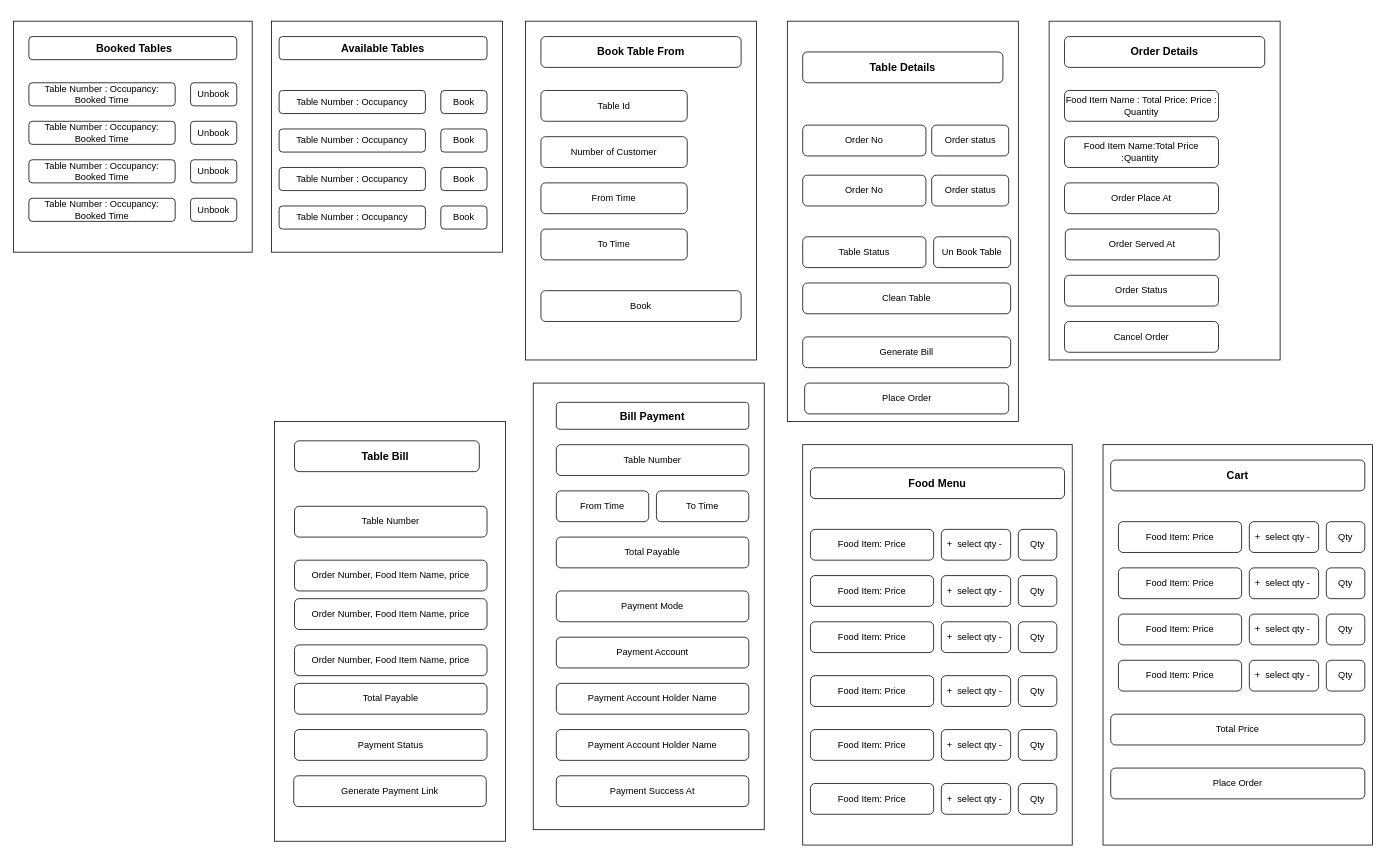
This is rmp_front_end_screens.drawio from Atypical3991/draw.io, a draw.io file, before an edit. Source tidied: cells renumbered, new cells numbered last; positions are measured from the earlier drawing's top-left corner, leaving out a move shared by most shapes. Both pictures are drawn from the tidied source at 77%, with x=0, y=0 at pixel (13, 21).
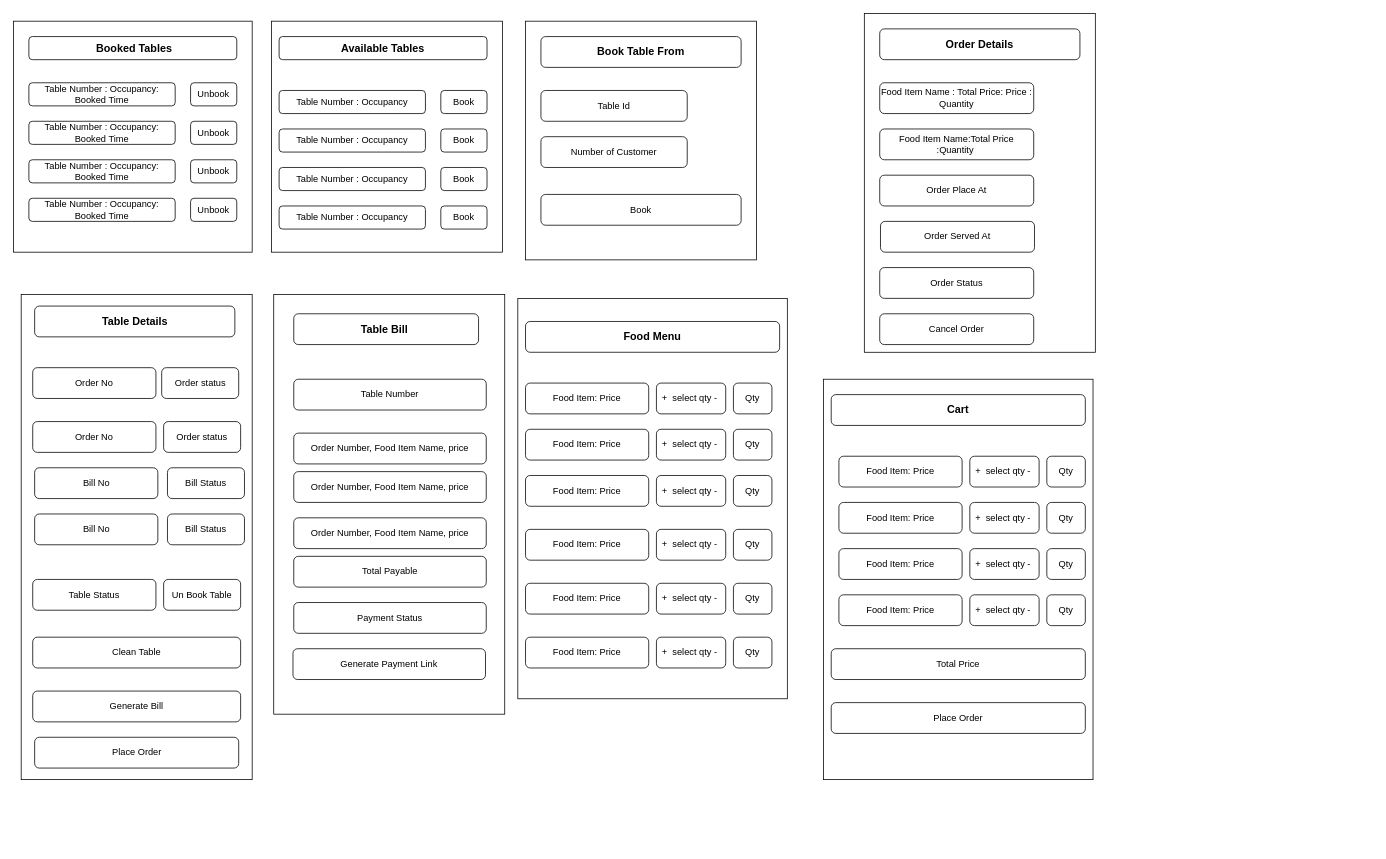
Above is the later version.

What changed in the source:
```diff
@@
     <mxCell id="12" style="rounded=0;whiteSpace=wrap;html=1;direction=south;" parent="1" vertex="1">
-      <mxGeometry x="665" width="300" height="440" as="geometry" />
+      <mxGeometry x="665" width="300" height="310" as="geometry" />
     </mxCell>
@@
-    <mxCell id="16" value="From Time" style="rounded=1;whiteSpace=wrap;html=1;" parent="1" vertex="1">
-      <mxGeometry x="685" y="210" width="190" height="40" as="geometry" />
-    </mxCell>
-    <mxCell id="17" value="To Time" style="rounded=1;whiteSpace=wrap;html=1;" parent="1" vertex="1">
-      <mxGeometry x="685" y="270" width="190" height="40" as="geometry" />
-    </mxCell>
     <mxCell id="18" value="Book" style="rounded=1;whiteSpace=wrap;html=1;" parent="1" vertex="1">
-      <mxGeometry x="685" y="350" width="260" height="40" as="geometry" />
+      <mxGeometry x="685" y="225" width="260" height="40" as="geometry" />
     </mxCell>
     <mxCell id="19" style="rounded=0;whiteSpace=wrap;html=1;direction=south;" parent="1" vertex="1">
-      <mxGeometry x="1005" width="300" height="520" as="geometry" />
+      <mxGeometry x="10" y="355" width="300" height="630" as="geometry" />
     </mxCell>
     <mxCell id="20" value="&lt;font style=&quot;font-size: 14px;&quot;&gt;&lt;b&gt;Table Details&lt;/b&gt;&lt;/font&gt;" style="rounded=1;whiteSpace=wrap;html=1;" parent="1" vertex="1">
-      <mxGeometry x="1025" y="40" width="260" height="40" as="geometry" />
+      <mxGeometry x="27.5" y="370" width="260" height="40" as="geometry" />
     </mxCell>
     <mxCell id="21" value="Order No" style="rounded=1;whiteSpace=wrap;html=1;" parent="1" vertex="1">
-      <mxGeometry x="1025" y="135" width="160" height="40" as="geometry" />
+      <mxGeometry x="25" y="450" width="160" height="40" as="geometry" />
     </mxCell>
     <mxCell id="22" value="Order status" style="rounded=1;whiteSpace=wrap;html=1;" parent="1" vertex="1">
-      <mxGeometry x="1192.5" y="135" width="100" height="40" as="geometry" />
+      <mxGeometry x="192.5" y="450" width="100" height="40" as="geometry" />
     </mxCell>
     <mxCell id="23" value="Order No" style="rounded=1;whiteSpace=wrap;html=1;" parent="1" vertex="1">
-      <mxGeometry x="1025" y="200" width="160" height="40" as="geometry" />
+      <mxGeometry x="25" y="520" width="160" height="40" as="geometry" />
     </mxCell>
     <mxCell id="24" value="Order status" style="rounded=1;whiteSpace=wrap;html=1;" parent="1" vertex="1">
-      <mxGeometry x="1192.5" y="200" width="100" height="40" as="geometry" />
+      <mxGeometry x="195" y="520" width="100" height="40" as="geometry" />
     </mxCell>
     <mxCell id="25" style="rounded=0;whiteSpace=wrap;html=1;direction=south;" parent="1" vertex="1">
-      <mxGeometry x="1345" width="300" height="440" as="geometry" />
+      <mxGeometry x="1105" y="-10" width="300" height="440" as="geometry" />
     </mxCell>
     <mxCell id="26" value="&lt;font style=&quot;font-size: 14px;&quot;&gt;&lt;b&gt;Order Details&lt;/b&gt;&lt;/font&gt;" style="rounded=1;whiteSpace=wrap;html=1;" parent="1" vertex="1">
-      <mxGeometry x="1365" y="20" width="260" height="40" as="geometry" />
+      <mxGeometry x="1125" y="10" width="260" height="40" as="geometry" />
     </mxCell>
     <mxCell id="27" value="Food Item Name : Total Price: Price : Quantity" style="rounded=1;whiteSpace=wrap;html=1;" parent="1" vertex="1">
-      <mxGeometry x="1365" y="90" width="200" height="40" as="geometry" />
+      <mxGeometry x="1125" y="80" width="200" height="40" as="geometry" />
     </mxCell>
     <mxCell id="28" value="&lt;span style=&quot;color: rgb(0, 0, 0); font-family: Helvetica; font-size: 12px; font-style: normal; font-variant-ligatures: normal; font-variant-caps: normal; font-weight: 400; letter-spacing: normal; orphans: 2; text-align: center; text-indent: 0px; text-transform: none; widows: 2; word-spacing: 0px; -webkit-text-stroke-width: 0px; white-space: normal; background-color: rgb(251, 251, 251); text-decoration-thickness: initial; text-decoration-style: initial; text-decoration-color: initial; display: inline !important; float: none;&quot;&gt;Food Item Name:Total Price :Quantity&amp;nbsp;&lt;/span&gt;" style="rounded=1;whiteSpace=wrap;html=1;" parent="1" vertex="1">
-      <mxGeometry x="1365" y="150" width="200" height="40" as="geometry" />
+      <mxGeometry x="1125" y="140" width="200" height="40" as="geometry" />
     </mxCell>
     <mxCell id="29" value="Order Place At" style="rounded=1;whiteSpace=wrap;html=1;" parent="1" vertex="1">
-      <mxGeometry x="1365" y="210" width="200" height="40" as="geometry" />
+      <mxGeometry x="1125" y="200" width="200" height="40" as="geometry" />
     </mxCell>
     <mxCell id="30" value="Order Served At" style="rounded=1;whiteSpace=wrap;html=1;" parent="1" vertex="1">
-      <mxGeometry x="1366" y="270" width="200" height="40" as="geometry" />
+      <mxGeometry x="1126" y="260" width="200" height="40" as="geometry" />
     </mxCell>
     <mxCell id="31" value="Order Status" style="rounded=1;whiteSpace=wrap;html=1;" parent="1" vertex="1">
-      <mxGeometry x="1365" y="330" width="200" height="40" as="geometry" />
+      <mxGeometry x="1125" y="320" width="200" height="40" as="geometry" />
     </mxCell>
     <mxCell id="32" style="rounded=0;whiteSpace=wrap;html=1;direction=south;" parent="1" vertex="1">
-      <mxGeometry x="339" y="520" width="300" height="545" as="geometry" />
+      <mxGeometry x="338" y="355" width="300" height="545" as="geometry" />
     </mxCell>
     <mxCell id="33" value="&lt;font style=&quot;font-size: 14px;&quot;&gt;&lt;b&gt;Table Bill&amp;nbsp;&lt;/b&gt;&lt;/font&gt;" style="rounded=1;whiteSpace=wrap;html=1;" parent="1" vertex="1">
-      <mxGeometry x="365" y="545" width="240" height="40" as="geometry" />
+      <mxGeometry x="364" y="380" width="240" height="40" as="geometry" />
     </mxCell>
     <mxCell id="34" value="Table Number" style="rounded=1;whiteSpace=wrap;html=1;" parent="1" vertex="1">
-      <mxGeometry x="365" y="630" width="250" height="40" as="geometry" />
+      <mxGeometry x="364" y="465" width="250" height="40" as="geometry" />
     </mxCell>
     <mxCell id="35" value="Order Number, Food Item Name, price" style="rounded=1;whiteSpace=wrap;html=1;" parent="1" vertex="1">
-      <mxGeometry x="365" y="700" width="250" height="40" as="geometry" />
+      <mxGeometry x="364" y="535" width="250" height="40" as="geometry" />
     </mxCell>
     <mxCell id="36" value="Order Number, Food Item Name, price" style="rounded=1;whiteSpace=wrap;html=1;" parent="1" vertex="1">
-      <mxGeometry x="365" y="750" width="250" height="40" as="geometry" />
+      <mxGeometry x="364" y="585" width="250" height="40" as="geometry" />
     </mxCell>
     <mxCell id="37" value="Order Number, Food Item Name, price" style="rounded=1;whiteSpace=wrap;html=1;" parent="1" vertex="1">
-      <mxGeometry x="365" y="810" width="250" height="40" as="geometry" />
+      <mxGeometry x="364" y="645" width="250" height="40" as="geometry" />
     </mxCell>
     <mxCell id="38" value="Total Payable" style="rounded=1;whiteSpace=wrap;html=1;" parent="1" vertex="1">
-      <mxGeometry x="365" y="860" width="250" height="40" as="geometry" />
+      <mxGeometry x="364" y="695" width="250" height="40" as="geometry" />
     </mxCell>
     <mxCell id="39" value="Payment Status" style="rounded=1;whiteSpace=wrap;html=1;" parent="1" vertex="1">
-      <mxGeometry x="365" y="920" width="250" height="40" as="geometry" />
+      <mxGeometry x="364" y="755" width="250" height="40" as="geometry" />
     </mxCell>
-    <mxCell id="40" style="rounded=0;whiteSpace=wrap;html=1;direction=south;" parent="1" vertex="1">
-      <mxGeometry x="675" y="470" width="300" height="580" as="geometry" />
-    </mxCell>
-    <mxCell id="41" value="&lt;font style=&quot;font-size: 14px;&quot;&gt;&lt;b&gt;Bill Payment&lt;/b&gt;&lt;/font&gt;" style="rounded=1;whiteSpace=wrap;html=1;" parent="1" vertex="1">
-      <mxGeometry x="705" y="495" width="250" height="35" as="geometry" />
-    </mxCell>
-    <mxCell id="42" value="Table Number" style="rounded=1;whiteSpace=wrap;html=1;" parent="1" vertex="1">
-      <mxGeometry x="705" y="550" width="250" height="40" as="geometry" />
-    </mxCell>
-    <mxCell id="43" value="From Time" style="rounded=1;whiteSpace=wrap;html=1;" parent="1" vertex="1">
-      <mxGeometry x="705" y="610" width="120" height="40" as="geometry" />
-    </mxCell>
-    <mxCell id="44" value="To Time" style="rounded=1;whiteSpace=wrap;html=1;" parent="1" vertex="1">
-      <mxGeometry x="835" y="610" width="120" height="40" as="geometry" />
-    </mxCell>
-    <mxCell id="45" value="Total Payable" style="rounded=1;whiteSpace=wrap;html=1;" parent="1" vertex="1">
-      <mxGeometry x="705" y="670" width="250" height="40" as="geometry" />
-    </mxCell>
-    <mxCell id="46" value="Payment Success At" style="rounded=1;whiteSpace=wrap;html=1;" parent="1" vertex="1">
-      <mxGeometry x="705" y="980" width="250" height="40" as="geometry" />
-    </mxCell>
-    <mxCell id="47" value="Payment Mode" style="rounded=1;whiteSpace=wrap;html=1;" parent="1" vertex="1">
-      <mxGeometry x="705" y="740" width="250" height="40" as="geometry" />
-    </mxCell>
-    <mxCell id="48" value="Payment Account" style="rounded=1;whiteSpace=wrap;html=1;" parent="1" vertex="1">
-      <mxGeometry x="705" y="800" width="250" height="40" as="geometry" />
-    </mxCell>
-    <mxCell id="49" value="Payment Account Holder Name" style="rounded=1;whiteSpace=wrap;html=1;" parent="1" vertex="1">
-      <mxGeometry x="705" y="860" width="250" height="40" as="geometry" />
-    </mxCell>
-    <mxCell id="50" value="Payment Account Holder Name" style="rounded=1;whiteSpace=wrap;html=1;" parent="1" vertex="1">
-      <mxGeometry x="705" y="920" width="250" height="40" as="geometry" />
-    </mxCell>
     <mxCell id="51" style="rounded=0;whiteSpace=wrap;html=1;direction=south;" parent="1" vertex="1">
-      <mxGeometry x="1025" y="550" width="350" height="520" as="geometry" />
+      <mxGeometry x="655" y="360" width="350" height="520" as="geometry" />
     </mxCell>
     <mxCell id="52" value="&lt;font style=&quot;font-size: 14px;&quot;&gt;&lt;b&gt;Food Menu&lt;/b&gt;&lt;/font&gt;" style="rounded=1;whiteSpace=wrap;html=1;" parent="1" vertex="1">
-      <mxGeometry x="1035" y="580" width="330" height="40" as="geometry" />
+      <mxGeometry x="665" y="390" width="330" height="40" as="geometry" />
     </mxCell>
     <mxCell id="53" value="Food Item: Price" style="rounded=1;whiteSpace=wrap;html=1;" parent="1" vertex="1">
-      <mxGeometry x="1035" y="660" width="160" height="40" as="geometry" />
+      <mxGeometry x="665" y="470" width="160" height="40" as="geometry" />
     </mxCell>
     <mxCell id="54" value="Food Item: Price" style="rounded=1;whiteSpace=wrap;html=1;" parent="1" vertex="1">
-      <mxGeometry x="1035" y="720" width="160" height="40" as="geometry" />
+      <mxGeometry x="665" y="530" width="160" height="40" as="geometry" />
     </mxCell>
     <mxCell id="55" value="Food Item: Price" style="rounded=1;whiteSpace=wrap;html=1;" parent="1" vertex="1">
-      <mxGeometry x="1035" y="780" width="160" height="40" as="geometry" />
+      <mxGeometry x="665" y="590" width="160" height="40" as="geometry" />
     </mxCell>
     <mxCell id="56" value="Food Item: Price" style="rounded=1;whiteSpace=wrap;html=1;" parent="1" vertex="1">
-      <mxGeometry x="1035" y="850" width="160" height="40" as="geometry" />
+      <mxGeometry x="665" y="660" width="160" height="40" as="geometry" />
     </mxCell>
     <mxCell id="57" value="Food Item: Price" style="rounded=1;whiteSpace=wrap;html=1;" parent="1" vertex="1">
-      <mxGeometry x="1035" y="920" width="160" height="40" as="geometry" />
+      <mxGeometry x="665" y="730" width="160" height="40" as="geometry" />
     </mxCell>
     <mxCell id="58" value="Food Item: Price" style="rounded=1;whiteSpace=wrap;html=1;" parent="1" vertex="1">
-      <mxGeometry x="1035" y="990" width="160" height="40" as="geometry" />
+      <mxGeometry x="665" y="800" width="160" height="40" as="geometry" />
     </mxCell>
     <mxCell id="59" value="+&amp;nbsp; select qty -&amp;nbsp;" style="rounded=1;whiteSpace=wrap;html=1;" parent="1" vertex="1">
-      <mxGeometry x="1205" y="660" width="90" height="40" as="geometry" />
+      <mxGeometry x="835" y="470" width="90" height="40" as="geometry" />
     </mxCell>
     <mxCell id="60" value="+&amp;nbsp; select qty -&amp;nbsp;" style="rounded=1;whiteSpace=wrap;html=1;" parent="1" vertex="1">
-      <mxGeometry x="1205" y="720" width="90" height="40" as="geometry" />
+      <mxGeometry x="835" y="530" width="90" height="40" as="geometry" />
     </mxCell>
     <mxCell id="61" value="+&amp;nbsp; select qty -&amp;nbsp;" style="rounded=1;whiteSpace=wrap;html=1;" parent="1" vertex="1">
-      <mxGeometry x="1205" y="780" width="90" height="40" as="geometry" />
+      <mxGeometry x="835" y="590" width="90" height="40" as="geometry" />
     </mxCell>
     <mxCell id="62" value="+&amp;nbsp; select qty -&amp;nbsp;" style="rounded=1;whiteSpace=wrap;html=1;" parent="1" vertex="1">
-      <mxGeometry x="1205" y="850" width="90" height="40" as="geometry" />
+      <mxGeometry x="835" y="660" width="90" height="40" as="geometry" />
     </mxCell>
     <mxCell id="63" value="+&amp;nbsp; select qty -&amp;nbsp;" style="rounded=1;whiteSpace=wrap;html=1;" parent="1" vertex="1">
-      <mxGeometry x="1205" y="920" width="90" height="40" as="geometry" />
+      <mxGeometry x="835" y="730" width="90" height="40" as="geometry" />
     </mxCell>
     <mxCell id="64" value="+&amp;nbsp; select qty -&amp;nbsp;" style="rounded=1;whiteSpace=wrap;html=1;" parent="1" vertex="1">
-      <mxGeometry x="1205" y="990" width="90" height="40" as="geometry" />
+      <mxGeometry x="835" y="800" width="90" height="40" as="geometry" />
     </mxCell>
     <mxCell id="65" value="Qty" style="rounded=1;whiteSpace=wrap;html=1;" parent="1" vertex="1">
-      <mxGeometry x="1305" y="660" width="50" height="40" as="geometry" />
+      <mxGeometry x="935" y="470" width="50" height="40" as="geometry" />
     </mxCell>
     <mxCell id="66" value="Qty" style="rounded=1;whiteSpace=wrap;html=1;" parent="1" vertex="1">
-      <mxGeometry x="1305" y="720" width="50" height="40" as="geometry" />
+      <mxGeometry x="935" y="530" width="50" height="40" as="geometry" />
     </mxCell>
     <mxCell id="67" value="Qty" style="rounded=1;whiteSpace=wrap;html=1;" parent="1" vertex="1">
-      <mxGeometry x="1305" y="780" width="50" height="40" as="geometry" />
+      <mxGeometry x="935" y="590" width="50" height="40" as="geometry" />
     </mxCell>
     <mxCell id="68" value="Qty" style="rounded=1;whiteSpace=wrap;html=1;" parent="1" vertex="1">
-      <mxGeometry x="1305" y="850" width="50" height="40" as="geometry" />
+      <mxGeometry x="935" y="660" width="50" height="40" as="geometry" />
     </mxCell>
     <mxCell id="69" value="Qty" style="rounded=1;whiteSpace=wrap;html=1;" parent="1" vertex="1">
-      <mxGeometry x="1305" y="920" width="50" height="40" as="geometry" />
+      <mxGeometry x="935" y="730" width="50" height="40" as="geometry" />
     </mxCell>
     <mxCell id="70" value="Qty" style="rounded=1;whiteSpace=wrap;html=1;" parent="1" vertex="1">
-      <mxGeometry x="1305" y="990" width="50" height="40" as="geometry" />
+      <mxGeometry x="935" y="800" width="50" height="40" as="geometry" />
     </mxCell>
     <mxCell id="71" style="rounded=0;whiteSpace=wrap;html=1;direction=south;" parent="1" vertex="1">
-      <mxGeometry x="1415" y="550" width="350" height="520" as="geometry" />
+      <mxGeometry x="1052" y="465" width="350" height="520" as="geometry" />
     </mxCell>
     <mxCell id="72" value="&lt;font style=&quot;font-size: 14px;&quot;&gt;&lt;b&gt;Cart&lt;/b&gt;&lt;/font&gt;" style="rounded=1;whiteSpace=wrap;html=1;" parent="1" vertex="1">
-      <mxGeometry x="1425" y="570" width="330" height="40" as="geometry" />
+      <mxGeometry x="1062" y="485" width="330" height="40" as="geometry" />
     </mxCell>
     <mxCell id="73" value="Food Item: Price" style="rounded=1;whiteSpace=wrap;html=1;" parent="1" vertex="1">
-      <mxGeometry x="1435" y="650" width="160" height="40" as="geometry" />
+      <mxGeometry x="1072" y="565" width="160" height="40" as="geometry" />
     </mxCell>
     <mxCell id="74" value="+&amp;nbsp; select qty -&amp;nbsp;" style="rounded=1;whiteSpace=wrap;html=1;" parent="1" vertex="1">
-      <mxGeometry x="1605" y="650" width="90" height="40" as="geometry" />
+      <mxGeometry x="1242" y="565" width="90" height="40" as="geometry" />
     </mxCell>
     <mxCell id="75" value="Qty" style="rounded=1;whiteSpace=wrap;html=1;" parent="1" vertex="1">
-      <mxGeometry x="1705" y="650" width="50" height="40" as="geometry" />
+      <mxGeometry x="1342" y="565" width="50" height="40" as="geometry" />
     </mxCell>
     <mxCell id="76" value="Food Item: Price" style="rounded=1;whiteSpace=wrap;html=1;" parent="1" vertex="1">
-      <mxGeometry x="1435" y="710" width="160" height="40" as="geometry" />
+      <mxGeometry x="1072" y="625" width="160" height="40" as="geometry" />
     </mxCell>
     <mxCell id="77" value="Food Item: Price" style="rounded=1;whiteSpace=wrap;html=1;" parent="1" vertex="1">
-      <mxGeometry x="1435" y="830" width="160" height="40" as="geometry" />
+      <mxGeometry x="1072" y="745" width="160" height="40" as="geometry" />
     </mxCell>
     <mxCell id="78" value="Food Item: Price" style="rounded=1;whiteSpace=wrap;html=1;" parent="1" vertex="1">
-      <mxGeometry x="1435" y="770" width="160" height="40" as="geometry" />
+      <mxGeometry x="1072" y="685" width="160" height="40" as="geometry" />
     </mxCell>
     <mxCell id="79" value="+&amp;nbsp; select qty -&amp;nbsp;" style="rounded=1;whiteSpace=wrap;html=1;" parent="1" vertex="1">
-      <mxGeometry x="1605" y="710" width="90" height="40" as="geometry" />
+      <mxGeometry x="1242" y="625" width="90" height="40" as="geometry" />
     </mxCell>
     <mxCell id="80" value="+&amp;nbsp; select qty -&amp;nbsp;" style="rounded=1;whiteSpace=wrap;html=1;" parent="1" vertex="1">
-      <mxGeometry x="1605" y="770" width="90" height="40" as="geometry" />
+      <mxGeometry x="1242" y="685" width="90" height="40" as="geometry" />
     </mxCell>
     <mxCell id="81" value="+&amp;nbsp; select qty -&amp;nbsp;" style="rounded=1;whiteSpace=wrap;html=1;" parent="1" vertex="1">
-      <mxGeometry x="1605" y="830" width="90" height="40" as="geometry" />
+      <mxGeometry x="1242" y="745" width="90" height="40" as="geometry" />
     </mxCell>
     <mxCell id="82" value="Qty" style="rounded=1;whiteSpace=wrap;html=1;" parent="1" vertex="1">
-      <mxGeometry x="1705" y="710" width="50" height="40" as="geometry" />
+      <mxGeometry x="1342" y="625" width="50" height="40" as="geometry" />
     </mxCell>
     <mxCell id="83" value="Qty" style="rounded=1;whiteSpace=wrap;html=1;" parent="1" vertex="1">
-      <mxGeometry x="1705" y="770" width="50" height="40" as="geometry" />
+      <mxGeometry x="1342" y="685" width="50" height="40" as="geometry" />
     </mxCell>
     <mxCell id="84" value="Qty" style="rounded=1;whiteSpace=wrap;html=1;" parent="1" vertex="1">
-      <mxGeometry x="1705" y="830" width="50" height="40" as="geometry" />
+      <mxGeometry x="1342" y="745" width="50" height="40" as="geometry" />
     </mxCell>
     <mxCell id="85" value="Total Price" style="rounded=1;whiteSpace=wrap;html=1;" parent="1" vertex="1">
-      <mxGeometry x="1425" y="900" width="330" height="40" as="geometry" />
+      <mxGeometry x="1062" y="815" width="330" height="40" as="geometry" />
     </mxCell>
     <mxCell id="86" value="Place Order" style="rounded=1;whiteSpace=wrap;html=1;" parent="1" vertex="1">
-      <mxGeometry x="1425" y="970" width="330" height="40" as="geometry" />
+      <mxGeometry x="1062" y="885" width="330" height="40" as="geometry" />
     </mxCell>
     <mxCell id="87" value="Generate Bill" style="rounded=1;whiteSpace=wrap;html=1;" parent="1" vertex="1">
-      <mxGeometry x="1025" y="410" width="270" height="40" as="geometry" />
+      <mxGeometry x="25" y="870" width="270" height="40" as="geometry" />
     </mxCell>
     <mxCell id="88" value="Generate Payment Link" style="rounded=1;whiteSpace=wrap;html=1;" parent="1" vertex="1">
-      <mxGeometry x="364" y="980" width="250" height="40" as="geometry" />
+      <mxGeometry x="363" y="815" width="250" height="40" as="geometry" />
     </mxCell>
     <mxCell id="89" value="Un Book Table" style="rounded=1;whiteSpace=wrap;html=1;" parent="1" vertex="1">
-      <mxGeometry x="1195" y="280" width="100" height="40" as="geometry" />
+      <mxGeometry x="195" y="725" width="100" height="40" as="geometry" />
     </mxCell>
     <mxCell id="90" value="Table Status" style="rounded=1;whiteSpace=wrap;html=1;" parent="1" vertex="1">
-      <mxGeometry x="1025" y="280" width="160" height="40" as="geometry" />
+      <mxGeometry x="25" y="725" width="160" height="40" as="geometry" />
     </mxCell>
     <mxCell id="91" value="Place Order" style="rounded=1;whiteSpace=wrap;html=1;" parent="1" vertex="1">
-      <mxGeometry x="1027.5" y="470" width="265" height="40" as="geometry" />
+      <mxGeometry x="27.5" y="930" width="265" height="40" as="geometry" />
     </mxCell>
@@
     <mxCell id="102" value="Clean Table" style="rounded=1;whiteSpace=wrap;html=1;" parent="1" vertex="1">
-      <mxGeometry x="1025" y="340" width="270" height="40" as="geometry" />
+      <mxGeometry x="25" y="800" width="270" height="40" as="geometry" />
     </mxCell>
     <mxCell id="103" value="Cancel Order" style="rounded=1;whiteSpace=wrap;html=1;" parent="1" vertex="1">
-      <mxGeometry x="1365" y="390" width="200" height="40" as="geometry" />
+      <mxGeometry x="1125" y="380" width="200" height="40" as="geometry" />
     </mxCell>
+    <mxCell id="104" value="Bill No" style="rounded=1;whiteSpace=wrap;html=1;" parent="1" vertex="1">
+      <mxGeometry x="27.5" y="580" width="160" height="40" as="geometry" />
+    </mxCell>
+    <mxCell id="105" value="Bill No" style="rounded=1;whiteSpace=wrap;html=1;" parent="1" vertex="1">
+      <mxGeometry x="27.5" y="640" width="160" height="40" as="geometry" />
+    </mxCell>
+    <mxCell id="106" value="Bill Status" style="rounded=1;whiteSpace=wrap;html=1;" parent="1" vertex="1">
+      <mxGeometry x="200" y="580" width="100" height="40" as="geometry" />
+    </mxCell>
+    <mxCell id="107" value="Bill Status" style="rounded=1;whiteSpace=wrap;html=1;" parent="1" vertex="1">
+      <mxGeometry x="200" y="640" width="100" height="40" as="geometry" />
+    </mxCell>
```
